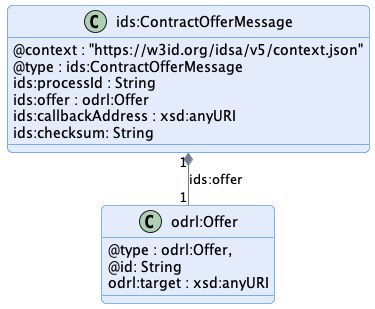
Above: negotiation/message/diagram/contract-offer-message.png in International-Data-Spaces-Association/ids-specification (PlantUML), before the change.
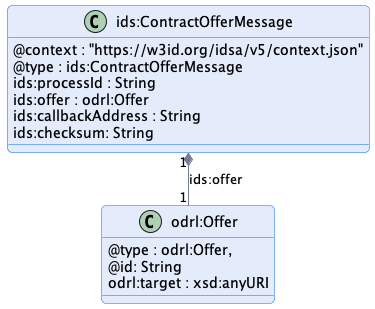
After the change.

Commit message:
fix callbackAddress from anyURI to string

The edit, as a diff of the source:
```diff
@@ -11,7 +11,7 @@
     @type : ids:ContractOfferMessage
     ids:processId : String
     ids:offer : odrl:Offer
-    ids:callbackAddress : xsd:anyURI
+    ids:callbackAddress : String
     ids:checksum: String
 }
 
```
